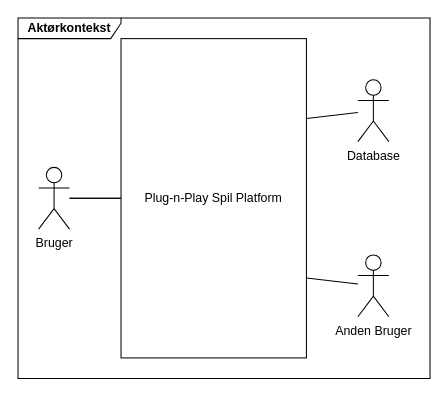
This is page "Aktørkontekst" (1 of 3) of KravSpecDiagrammer.drawio from Macradon/I7BAC-PlugNPlay, a draw.io file, before an edit. Source tidied: cells renumbered, new cells numbered last; positions are measured from the earlier drawing's top-left corner, leaving out a move shared by most shapes. Both pictures are drawn from the tidied source at 103%, with x=0, y=0 at pixel (18, 18).
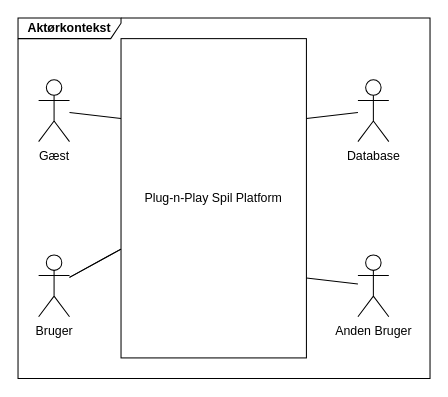
The same diagram, later.

What changed in the source:
```diff
@@
 <mxGraphModel>
   <root>
     <mxCell id="0" />
     <mxCell id="1" parent="0" />
     <mxCell id="2" value="&lt;b&gt;Aktørkontekst&lt;/b&gt;" style="shape=umlFrame;whiteSpace=wrap;html=1;width=100;height=20;" parent="1" vertex="1">
       <mxGeometry width="400" height="350" as="geometry" />
     </mxCell>
     <mxCell id="3" style="edgeStyle=none;rounded=0;jettySize=auto;html=1;startArrow=none;startFill=0;endArrow=none;endFill=0;fontSize=16;" parent="1" edge="1" source="4" target="6">
       <mxGeometry relative="1" as="geometry" />
     </mxCell>
     <mxCell id="4" value="Plug-n-Play Spil Platform" style="rounded=0;whiteSpace=wrap;html=1;" parent="1" vertex="1">
       <mxGeometry x="100" y="20" width="180" height="310" as="geometry" />
     </mxCell>
     <mxCell id="5" style="edgeStyle=none;rounded=0;jettySize=auto;html=1;startArrow=none;startFill=0;endArrow=none;endFill=0;" parent="1" edge="1" source="6" target="4">
       <mxGeometry relative="1" as="geometry" />
     </mxCell>
     <mxCell id="6" value="Bruger" style="shape=umlActor;verticalLabelPosition=bottom;verticalAlign=top;html=1;outlineConnect=0;" parent="1" vertex="1">
-      <mxGeometry x="20" y="145" width="30" height="60" as="geometry" />
+      <mxGeometry x="20" y="230" width="30" height="60" as="geometry" />
     </mxCell>
     <mxCell id="7" style="rounded=0;jettySize=auto;html=1;entryX=1;entryY=0.25;entryDx=0;entryDy=0;startArrow=none;startFill=0;endArrow=none;endFill=0;" parent="1" edge="1" source="8" target="4">
       <mxGeometry relative="1" as="geometry" />
     </mxCell>
     <mxCell id="8" value="Database" style="shape=umlActor;verticalLabelPosition=bottom;verticalAlign=top;html=1;outlineConnect=0;" parent="1" vertex="1">
       <mxGeometry x="330" y="60" width="30" height="60" as="geometry" />
     </mxCell>
     <mxCell id="9" style="edgeStyle=none;rounded=0;jettySize=auto;html=1;entryX=1;entryY=0.75;entryDx=0;entryDy=0;startArrow=none;startFill=0;endArrow=none;endFill=0;" parent="1" edge="1" source="10" target="4">
       <mxGeometry relative="1" as="geometry" />
     </mxCell>
     <mxCell id="10" value="Anden Bruger" style="shape=umlActor;verticalLabelPosition=bottom;verticalAlign=top;html=1;outlineConnect=0;" parent="1" vertex="1">
       <mxGeometry x="330" y="230" width="30" height="60" as="geometry" />
     </mxCell>
+    <mxCell id="11" style="rounded=0;jettySize=auto;html=1;entryX=0;entryY=0.25;entryDx=0;entryDy=0;endArrow=none;endFill=0;" parent="1" edge="1" source="12" target="4">
+      <mxGeometry relative="1" as="geometry" />
+    </mxCell>
+    <mxCell id="12" value="Gæst" style="shape=umlActor;verticalLabelPosition=bottom;verticalAlign=top;html=1;outlineConnect=0;" parent="1" vertex="1">
+      <mxGeometry x="20" y="60" width="30" height="60" as="geometry" />
+    </mxCell>
   </root>
 </mxGraphModel>
```
